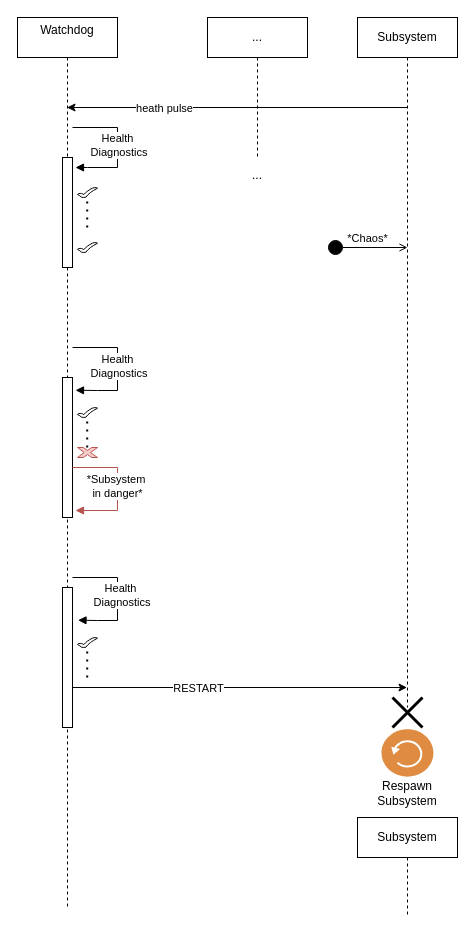
The draw.io diagram page "SubsystemRestart" (1 of 2) of Documentation/Diagrams/QNX_SequenceUML.drawio in MarioPardo/QNX_VehicleControlSystem, before the edit. Source tidied: cells renumbered, new cells numbered last; positions are measured from the earlier drawing's top-left corner, leaving out a move shared by most shapes. Both pictures are drawn from the tidied source at 100%, with x=0, y=0 at pixel (17, 17).
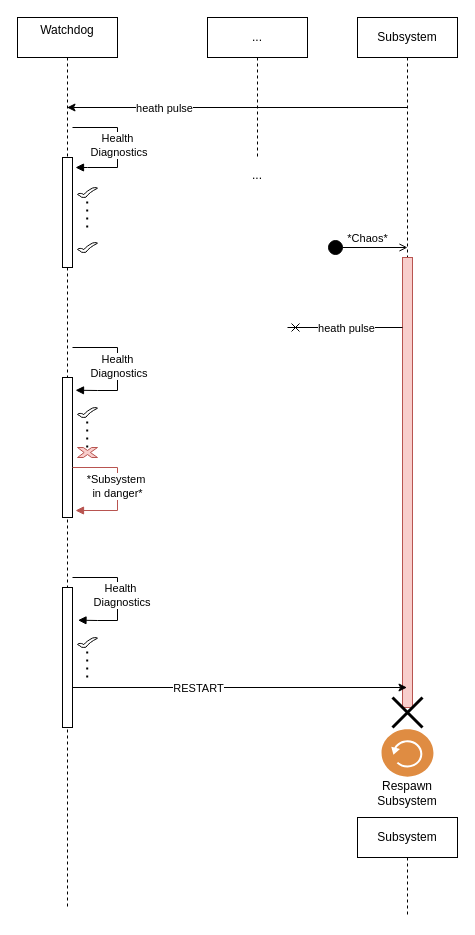
The same page after the edit.

Commit message (it also covers changes not shown here):
update UML requence for process restart

Unchanged cells that the change refers to:
```xml
<mxCell id="11" value="Subsystem" style="shape=umlLifeline;perimeter=lifelinePerimeter;whiteSpace=wrap;html=1;newEdgeStyle={&quot;curved&quot;:0,&quot;rounded&quot;:0};" parent="1" vertex="1">
  <mxGeometry x="340" width="100" height="690" as="geometry" />
</mxCell>
```

The edit, as a diff of the source:
```diff
@@
+    <mxCell id="34" style="html=1;perimeter=orthogonalPerimeter;targetShapes=umlLifeline;newEdgeStyle={&quot;curved&quot;:0,&quot;rounded&quot;:0};fillColor=#f8cecc;strokeColor=#b85450;" parent="11" vertex="1">
+      <mxGeometry x="45" y="240" width="10" height="450" as="geometry" />
+    </mxCell>
@@
+    <mxCell id="35" style="endArrow=cross;html=1;endFill=0;" parent="1" edge="1">
+      <mxGeometry relative="1" as="geometry">
+        <mxPoint x="385" y="310" as="sourcePoint" />
+        <mxPoint x="270" y="310" as="targetPoint" />
+      </mxGeometry>
+    </mxCell>
+    <mxCell id="36" value="heath pulse" style="edgeLabel;html=1;align=center;verticalAlign=middle;" parent="35" vertex="1">
+      <mxGeometry x="0.43" relative="1" as="geometry">
+        <mxPoint x="25" as="offset" />
+      </mxGeometry>
+    </mxCell>
```
